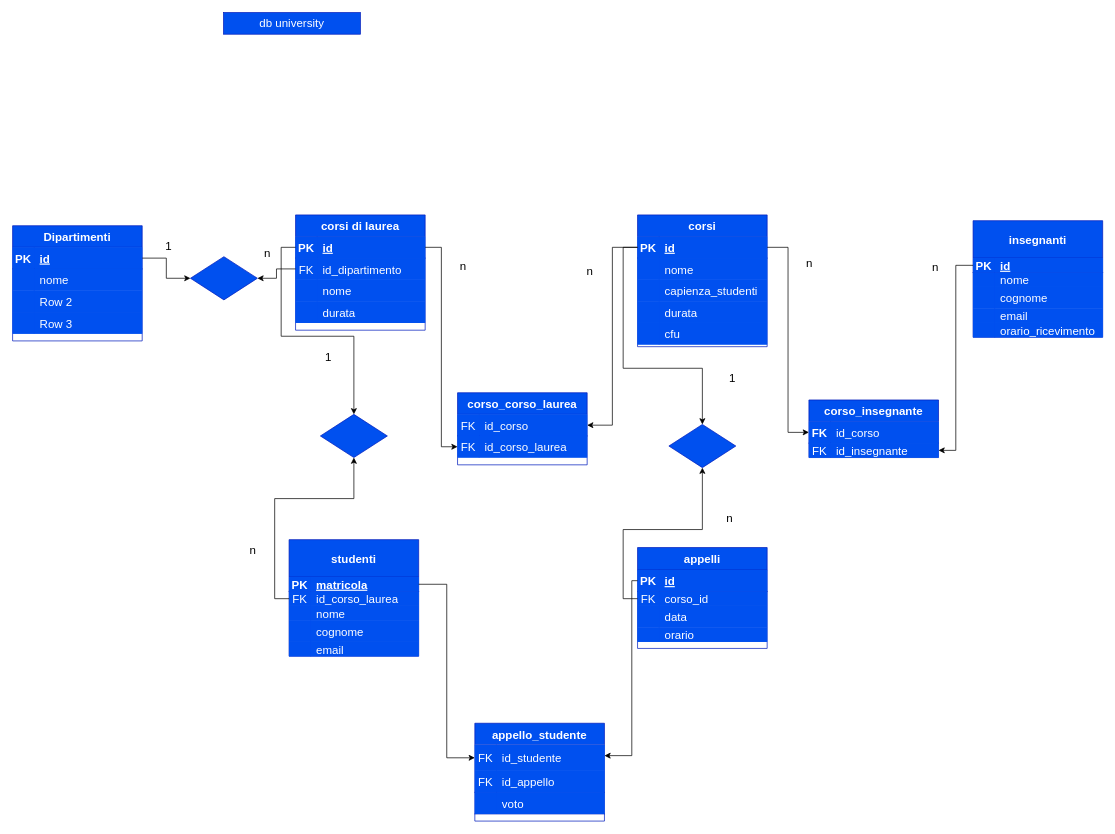
Above: db-university.drawio in Amreal-Lamanera/db-university (draw.io), before the change. Source tidied: cells renumbered, new cells numbered last; positions are measured from the earlier drawing's top-left corner, leaving out a move shared by most shapes. Both pictures are drawn from the tidied source at 72%, with x=0, y=0 at pixel (12, 12).
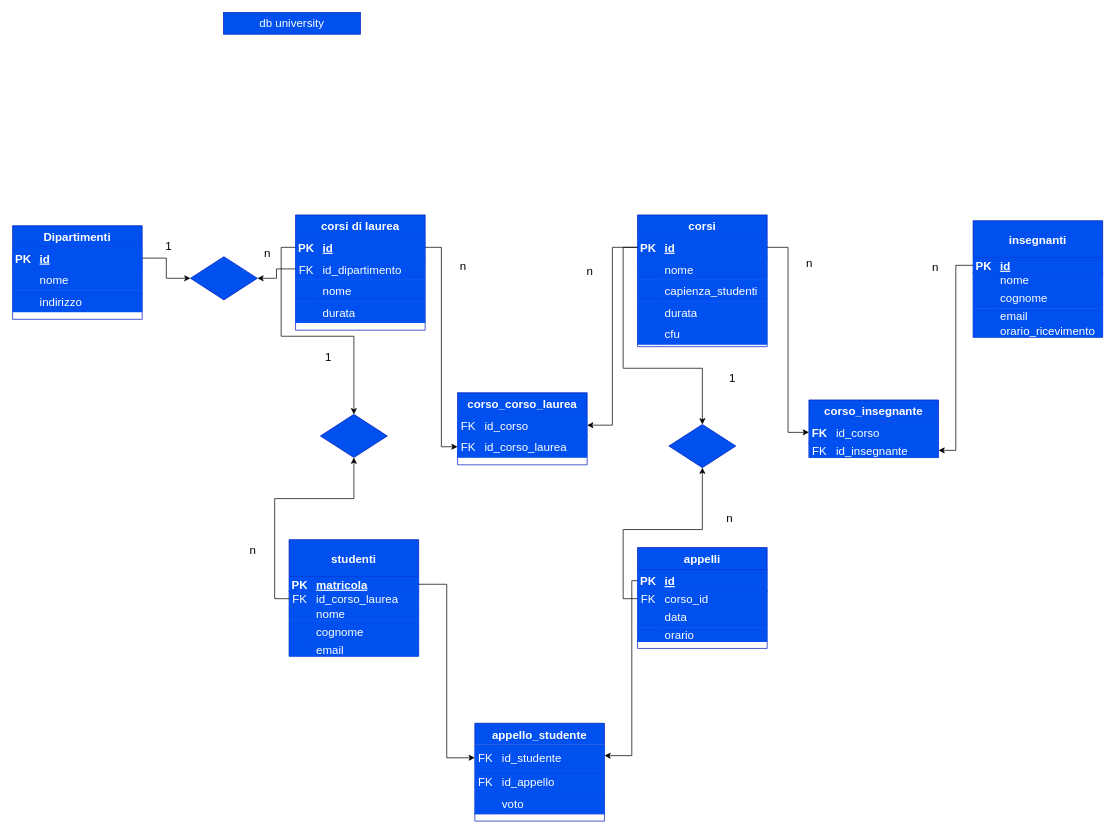
The same diagram, later.

Unchanged cells that the change refers to:
```xml
<mxCell id="9" style="shape=tableRow;horizontal=0;startSize=0;swimlaneHead=0;swimlaneBody=0;top=0;left=0;right=0;bottom=0;fontSize=16;fillColor=#0050ef;fontColor=#ffffff;strokeColor=#001DBC;" parent="2" vertex="1">
  <mxGeometry y="90" width="180" height="30" as="geometry" />
</mxCell>
```

What changed in the source:
```diff
@@
     <mxCell id="2" value="Dipartimenti" style="shape=table;startSize=30;childLayout=tableLayout;rowLines=0;fontStyle=1;align=center;fontSize=16;fillColor=#0050ef;fontColor=#ffffff;strokeColor=#001DBC;" parent="1" vertex="1">
-      <mxGeometry y="296" width="180" height="160" as="geometry" />
+      <mxGeometry y="296" width="180" height="130" as="geometry" />
     </mxCell>
@@
-    <mxCell id="11" value="Row 2" style="shape=partialRectangle;top=0;left=0;bottom=0;right=0;align=left;spacingLeft=6;overflow=hidden;fontSize=16;fillColor=#0050ef;fontColor=#ffffff;strokeColor=#001DBC;" parent="9" vertex="1">
+    <mxCell id="11" value="indirizzo" style="shape=partialRectangle;top=0;left=0;bottom=0;right=0;align=left;spacingLeft=6;overflow=hidden;fontSize=16;fillColor=#0050ef;fontColor=#ffffff;strokeColor=#001DBC;" parent="9" vertex="1">
       <mxGeometry x="30" width="150" height="30" as="geometry" />
     </mxCell>
-    <mxCell id="12" style="shape=tableRow;horizontal=0;startSize=0;swimlaneHead=0;swimlaneBody=0;top=0;left=0;right=0;bottom=0;fontSize=16;fillColor=#0050ef;fontColor=#ffffff;strokeColor=#001DBC;" parent="2" vertex="1">
-      <mxGeometry y="120" width="180" height="30" as="geometry" />
-    </mxCell>
-    <mxCell id="13" style="shape=partialRectangle;top=0;left=0;bottom=0;right=0;overflow=hidden;fontSize=16;fillColor=#0050ef;fontColor=#ffffff;strokeColor=#001DBC;" parent="12" vertex="1">
-      <mxGeometry width="30" height="30" as="geometry" />
-    </mxCell>
-    <mxCell id="14" value="Row 3" style="shape=partialRectangle;top=0;left=0;bottom=0;right=0;align=left;spacingLeft=6;overflow=hidden;fontSize=16;fillColor=#0050ef;fontColor=#ffffff;strokeColor=#001DBC;" parent="12" vertex="1">
-      <mxGeometry x="30" width="150" height="30" as="geometry" />
-    </mxCell>
```
